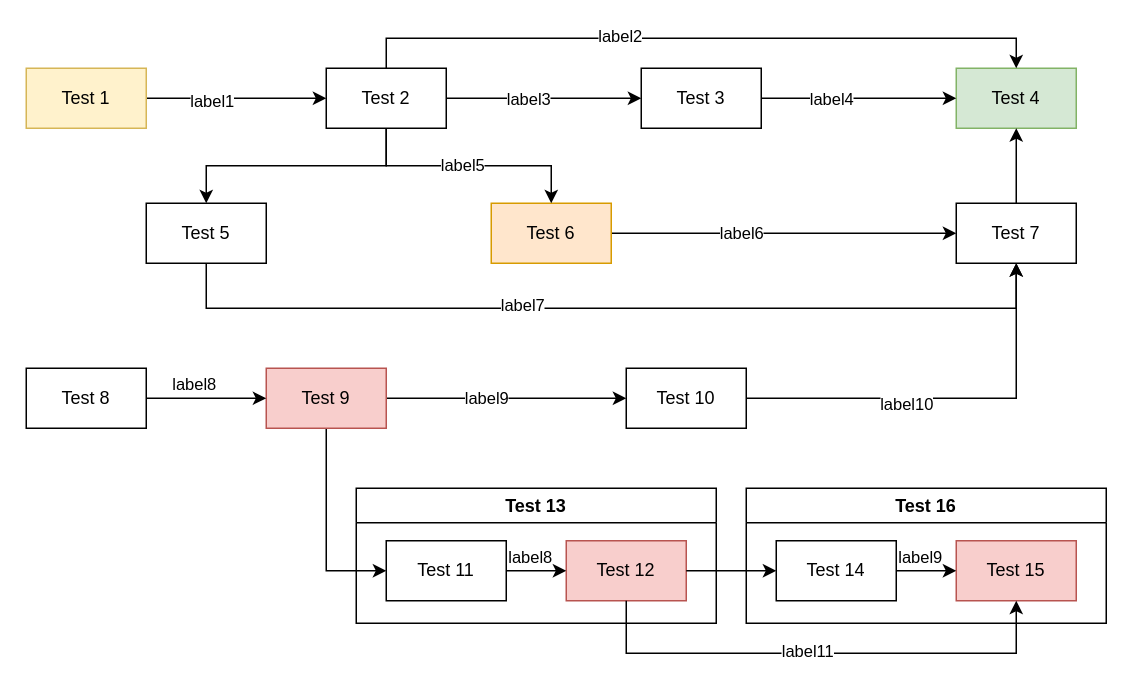
Above: page "Page-1" (1 of 6) of test_doc.drawio in TangBean/Drawio-Sub-Workflow-Highlighter (draw.io), before the change. Source tidied: cells renumbered, new cells numbered last; positions are measured from the earlier drawing's top-left corner, leaving out a move shared by most shapes. Both pictures are drawn from the tidied source at 150%, with x=0, y=0 at pixel (26, 68).
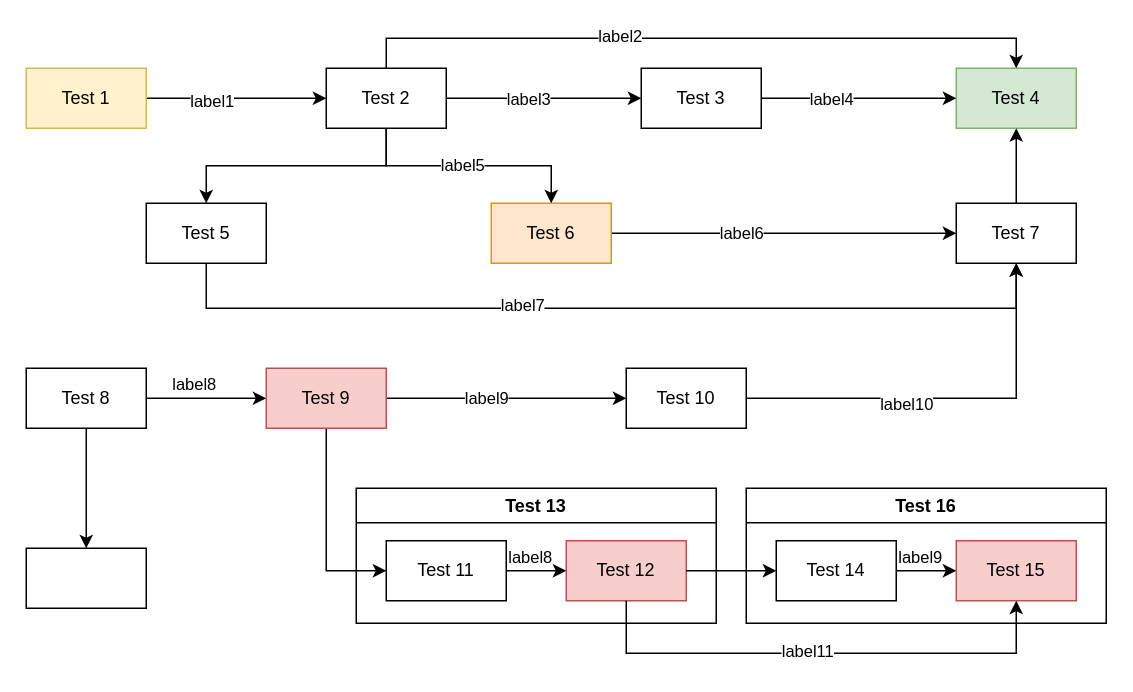
The same page after the edit.

Unchanged cells that the change refers to:
```xml
<mxCell id="34" value="Test 8" style="rounded=0;whiteSpace=wrap;html=1;" parent="1" vertex="1">
  <mxGeometry y="200" width="80" height="40" as="geometry" />
</mxCell>
```

Change to the diagram source:
```diff
@@
+    <mxCell id="48" style="edgeStyle=orthogonalEdgeStyle;rounded=0;jettySize=auto;html=1;exitX=0.5;exitY=1;exitDx=0;exitDy=0;entryX=0.5;entryY=0;entryDx=0;entryDy=0;" parent="1" edge="1" source="34" target="49">
+      <mxGeometry relative="1" as="geometry" />
+    </mxCell>
@@
+    <mxCell id="49" style="rounded=0;whiteSpace=wrap;html=1;" parent="1" vertex="1">
+      <mxGeometry y="320" width="80" height="40" as="geometry" />
+    </mxCell>
```
